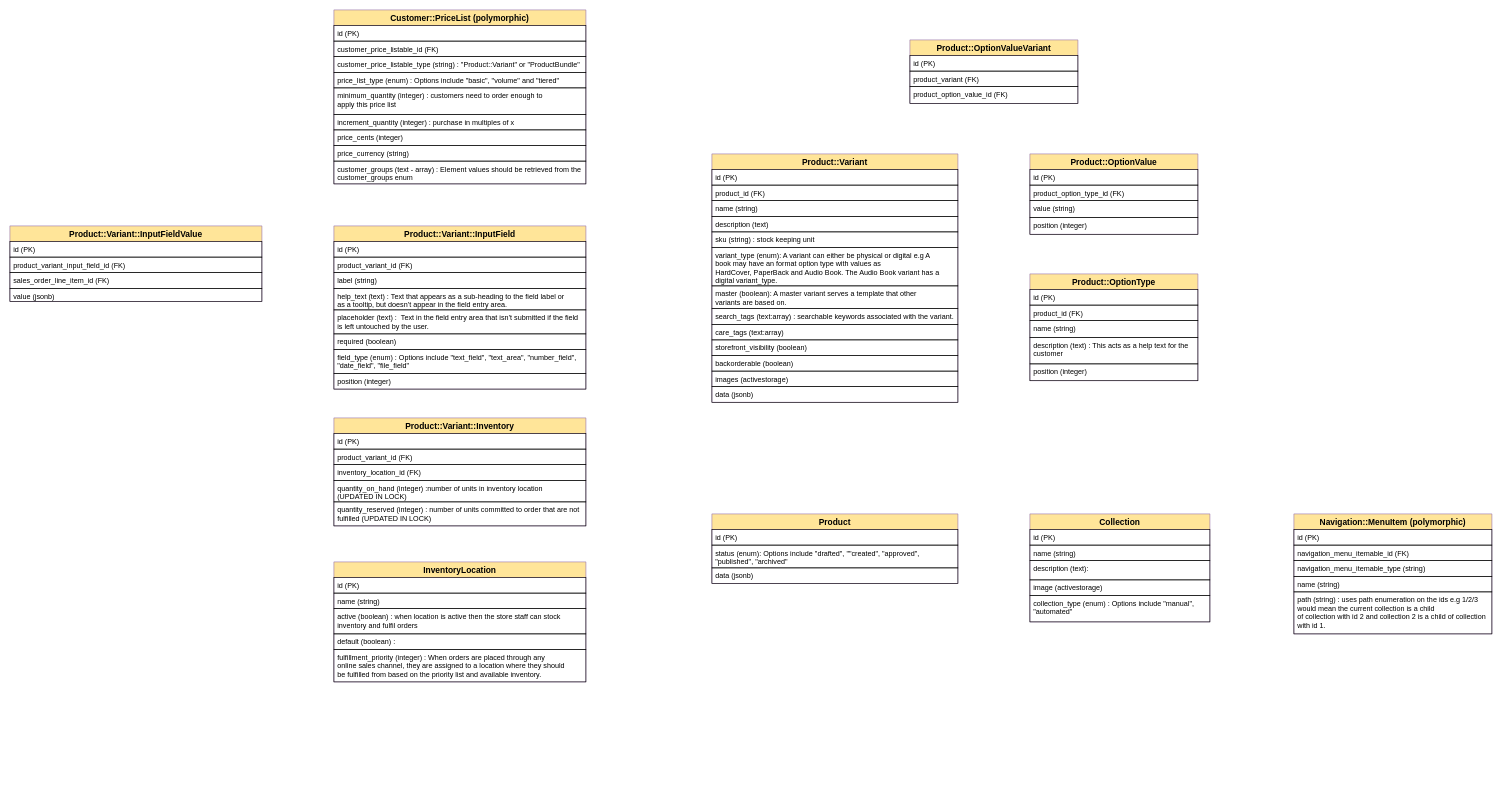
The draw.io diagram soko-erd.drawio in philip-maina/soko, before the edit. Source tidied: cells renumbered, new cells numbered last; positions are measured from the earlier drawing's top-left corner, leaving out a move shared by most shapes. Both pictures are drawn from the tidied source at 60%, with x=0, y=0 at pixel (10, 10).
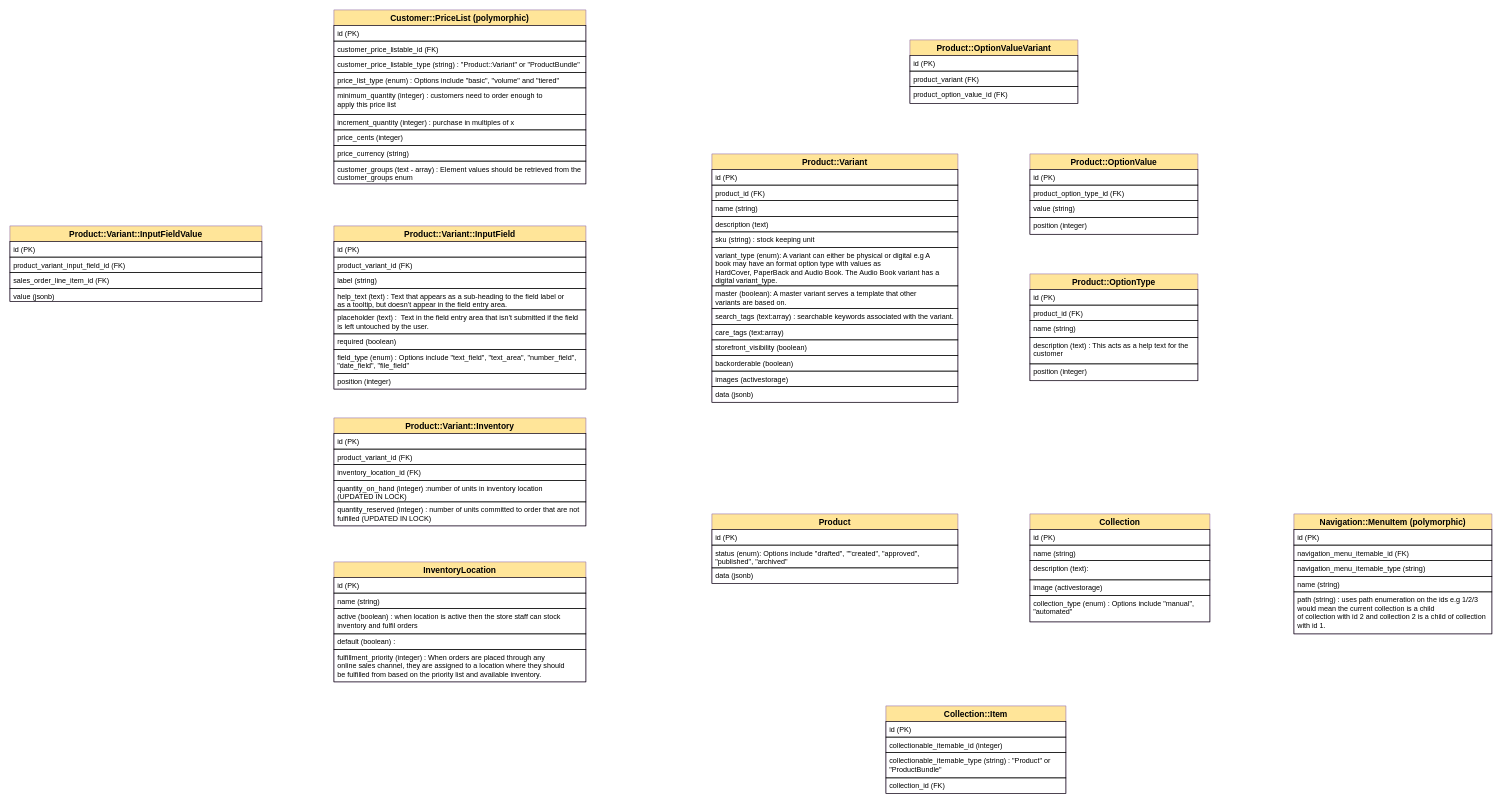
The same page after the edit.

Commit message:
feat (domain modelling) : Added Collection::Item domain model.

Change to the diagram source:
```diff
@@
+    <mxCell id="83" value="Collection::Item" style="swimlane;fontStyle=1;horizontal=1;startSize=26;align=center;fontSize=14;strokeColor=#9673a6;fillColor=#FFE599;" parent="1" vertex="1">
+      <mxGeometry x="1460" y="1160" width="300" height="146" as="geometry" />
+    </mxCell>
+    <mxCell id="84" value="id (PK)" style="text;strokeColor=#000000;fillColor=none;spacingLeft=4;spacingRight=4;overflow=hidden;fontSize=12;" parent="83" vertex="1">
+      <mxGeometry y="26" width="300" height="26" as="geometry" />
+    </mxCell>
+    <mxCell id="85" value="collectionable_itemable_id (integer)" style="text;strokeColor=#000000;fillColor=none;spacingLeft=4;spacingRight=4;overflow=hidden;fontSize=12;" parent="83" vertex="1">
+      <mxGeometry y="52" width="300" height="26" as="geometry" />
+    </mxCell>
+    <mxCell id="86" value="collectionable_itemable_type (string) : &quot;Product&quot; or &#10;&quot;ProductBundle&quot;" style="text;strokeColor=#000000;fillColor=none;spacingLeft=4;spacingRight=4;overflow=hidden;fontSize=12;" parent="83" vertex="1">
+      <mxGeometry y="78" width="300" height="42" as="geometry" />
+    </mxCell>
+    <mxCell id="87" value="collection_id (FK)" style="text;strokeColor=#000000;fillColor=none;spacingLeft=4;spacingRight=4;overflow=hidden;fontSize=12;" parent="83" vertex="1">
+      <mxGeometry y="120" width="300" height="26" as="geometry" />
+    </mxCell>
```
